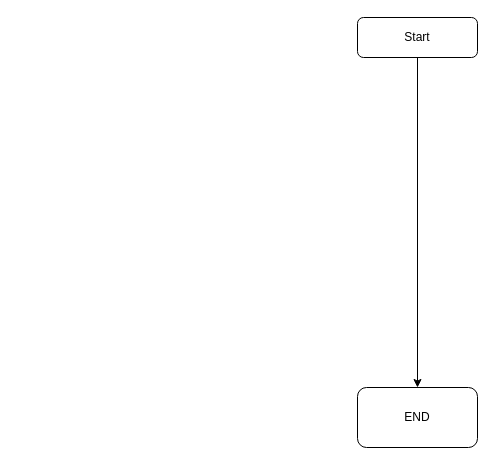
Abdelrahman-Amr2182003/flow-charts keeps this draw.io diagram as Untitled Diagram.drawio. Above is the earlier version. Source tidied: cells renumbered, new cells numbered last; positions are measured from the earlier drawing's top-left corner, leaving out a move shared by most shapes. Both pictures are drawn from the tidied source at 100%, with x=0, y=0 at pixel (357, 17).
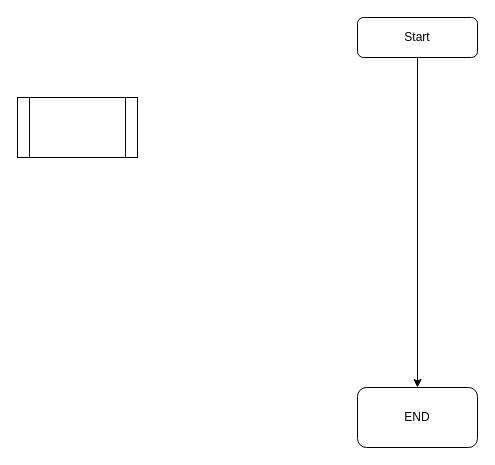
After the change.

What changed in the source:
```diff
@@
 <mxGraphModel>
   <root>
     <mxCell id="0" />
     <mxCell id="1" parent="0" />
     <mxCell id="2" style="edgeStyle=orthogonalEdgeStyle;rounded=0;jettySize=auto;html=1;" parent="1" edge="1" source="3" target="4">
       <mxGeometry relative="1" as="geometry" />
     </mxCell>
     <mxCell id="3" value="Start" style="rounded=1;whiteSpace=wrap;html=1;" parent="1" vertex="1">
       <mxGeometry width="120" height="40" as="geometry" />
     </mxCell>
     <mxCell id="4" value="END" style="rounded=1;whiteSpace=wrap;html=1;" parent="1" vertex="1">
       <mxGeometry y="370" width="120" height="60" as="geometry" />
     </mxCell>
+    <mxCell id="5" style="shape=process;whiteSpace=wrap;html=1;backgroundOutline=1;" parent="1" vertex="1">
+      <mxGeometry x="-340" y="80" width="120" height="60" as="geometry" />
+    </mxCell>
   </root>
 </mxGraphModel>
```
